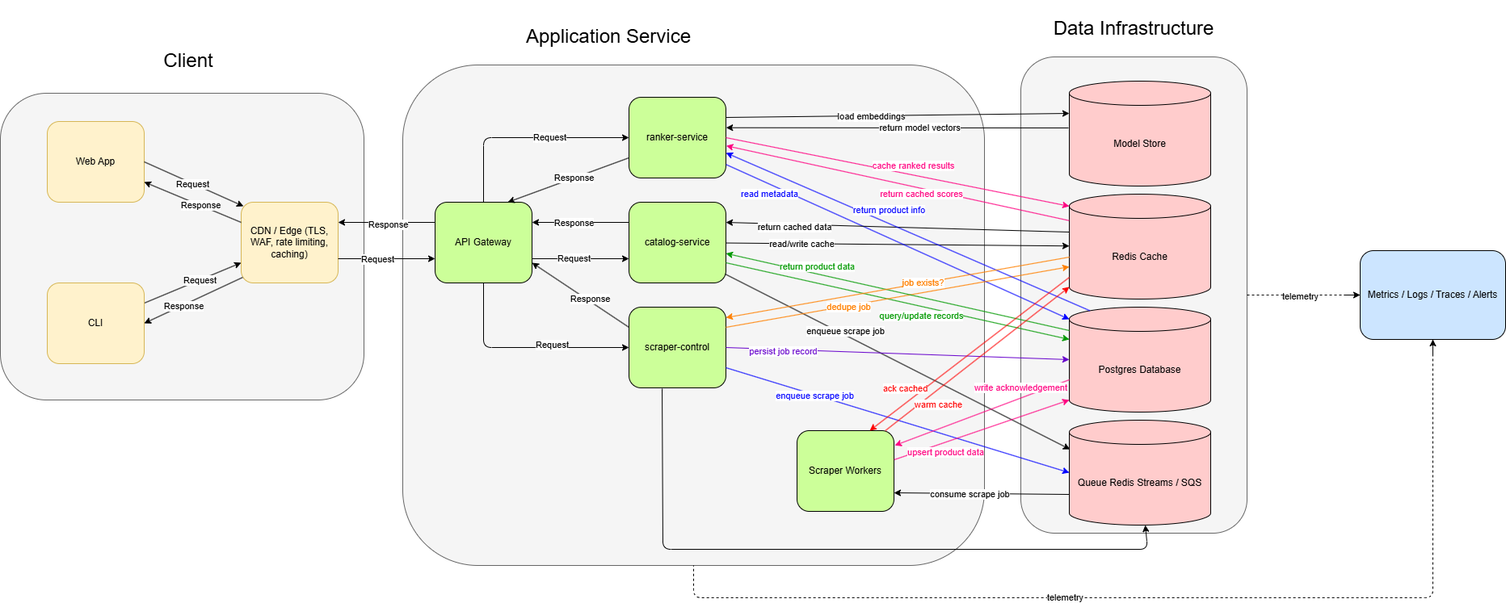
Earlier version of the draw.io export fnd-agent-local/docs/architecture/HLD/HLD.drawio.png (jsfmu/floor-decor-agent). Source tidied: cells renumbered, new cells last; positions are measured from the earlier drawing's top-left corner, leaving out a move shared by most shapes.
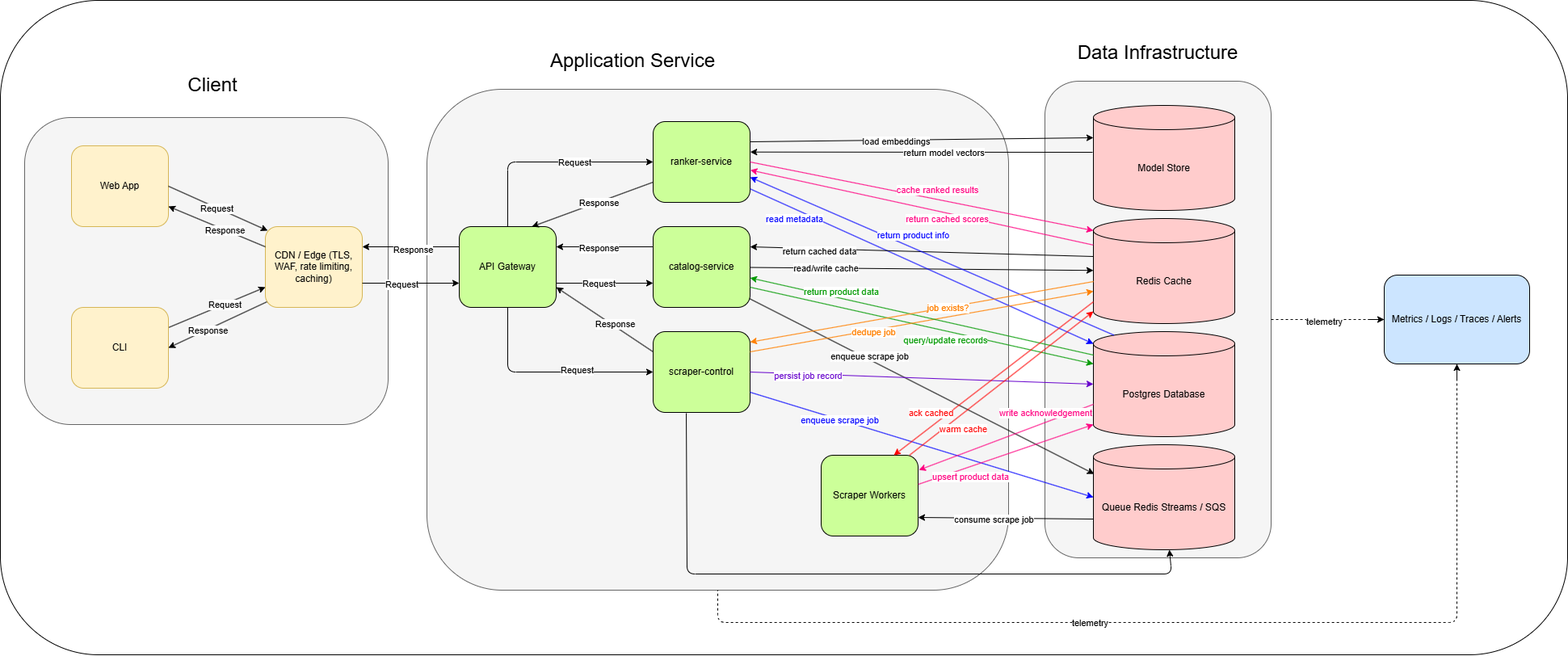
After the change.

Commit message:
Making diagram more visually appealing from GitHub POV

The edit, as a diff of the source:
```diff
@@ -2,6 +2,9 @@
   <root>
     <mxCell id="0" />
     <mxCell id="1" parent="0" />
+    <mxCell id="92" style="rounded=1;whiteSpace=wrap;html=1;" parent="1" vertex="1">
+      <mxGeometry x="-30" y="-30" width="1940" height="810" as="geometry" />
+    </mxCell>
     <mxCell id="2" style="rounded=1;whiteSpace=wrap;html=1;fillColor=#f5f5f5;strokeColor=#666666;fontColor=#333333;" parent="1" vertex="1">
       <mxGeometry x="1263" y="70" width="280" height="590" as="geometry" />
     </mxCell>
```
